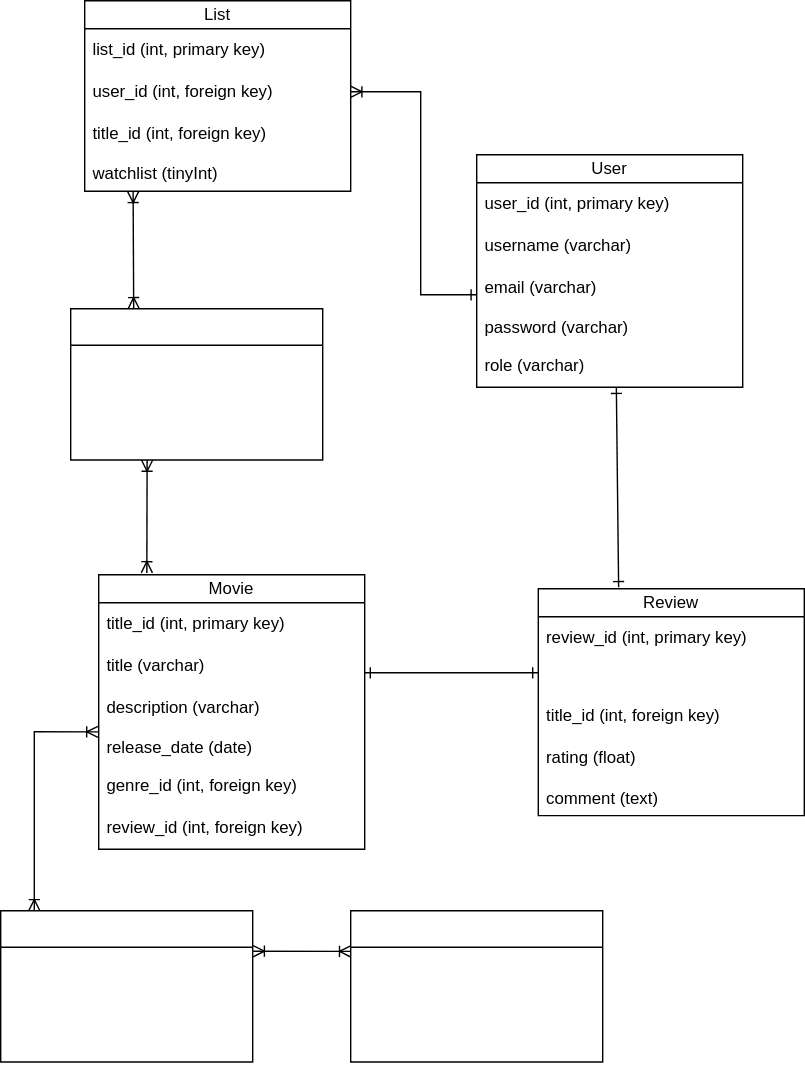
Above: ERD.drawio.svg in chas-academy/u05-imdb-klon-u05-imdb-klon-grupp1 (draw.io), before the change. Source tidied: cells renumbered, new cells last; positions are measured from the earlier drawing's top-left corner, leaving out a move shared by most shapes.
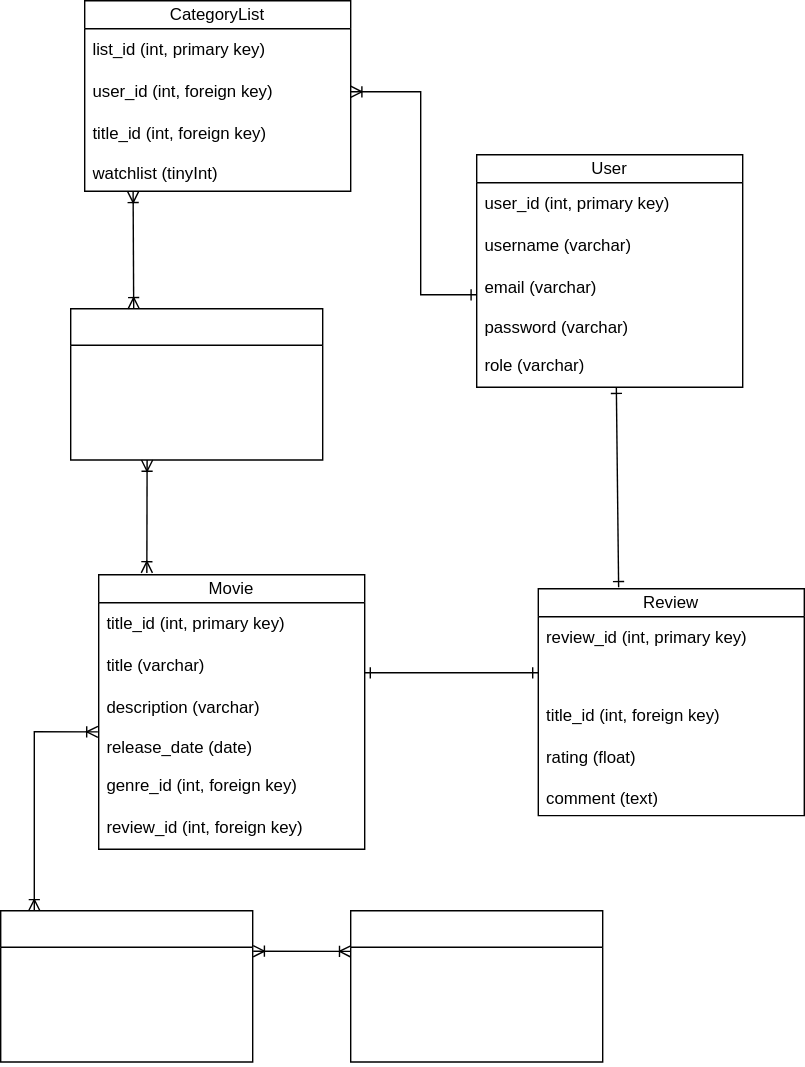
The same diagram one commit later.

Commit message:
Created Model + Migration + Route for List, fixes #6

Change to the diagram source:
```diff
@@ -71,7 +71,7 @@
     <mxCell id="24" value="list_id (int, foreign key)" style="text;strokeColor=none;fillColor=none;align=left;verticalAlign=middle;spacingLeft=4;spacingRight=4;overflow=hidden;whiteSpace=wrap;html=1;fontColor=#FFFFFF;" parent="21" vertex="1">
       <mxGeometry y="78" width="180" height="30" as="geometry" />
     </mxCell>
-    <mxCell id="25" value="List" style="swimlane;fontStyle=0;horizontal=1;startSize=20;whiteSpace=wrap;html=1;" parent="1" vertex="1">
+    <mxCell id="25" value="CategoryList" style="swimlane;fontStyle=0;horizontal=1;startSize=20;whiteSpace=wrap;html=1;" parent="1" vertex="1">
       <mxGeometry x="60" width="190" height="136" as="geometry" />
     </mxCell>
     <mxCell id="26" value="list_id (int, primary key)" style="text;strokeColor=none;fillColor=none;align=left;verticalAlign=middle;spacingLeft=4;spacingRight=4;overflow=hidden;whiteSpace=wrap;html=1;" parent="25" vertex="1">
```
